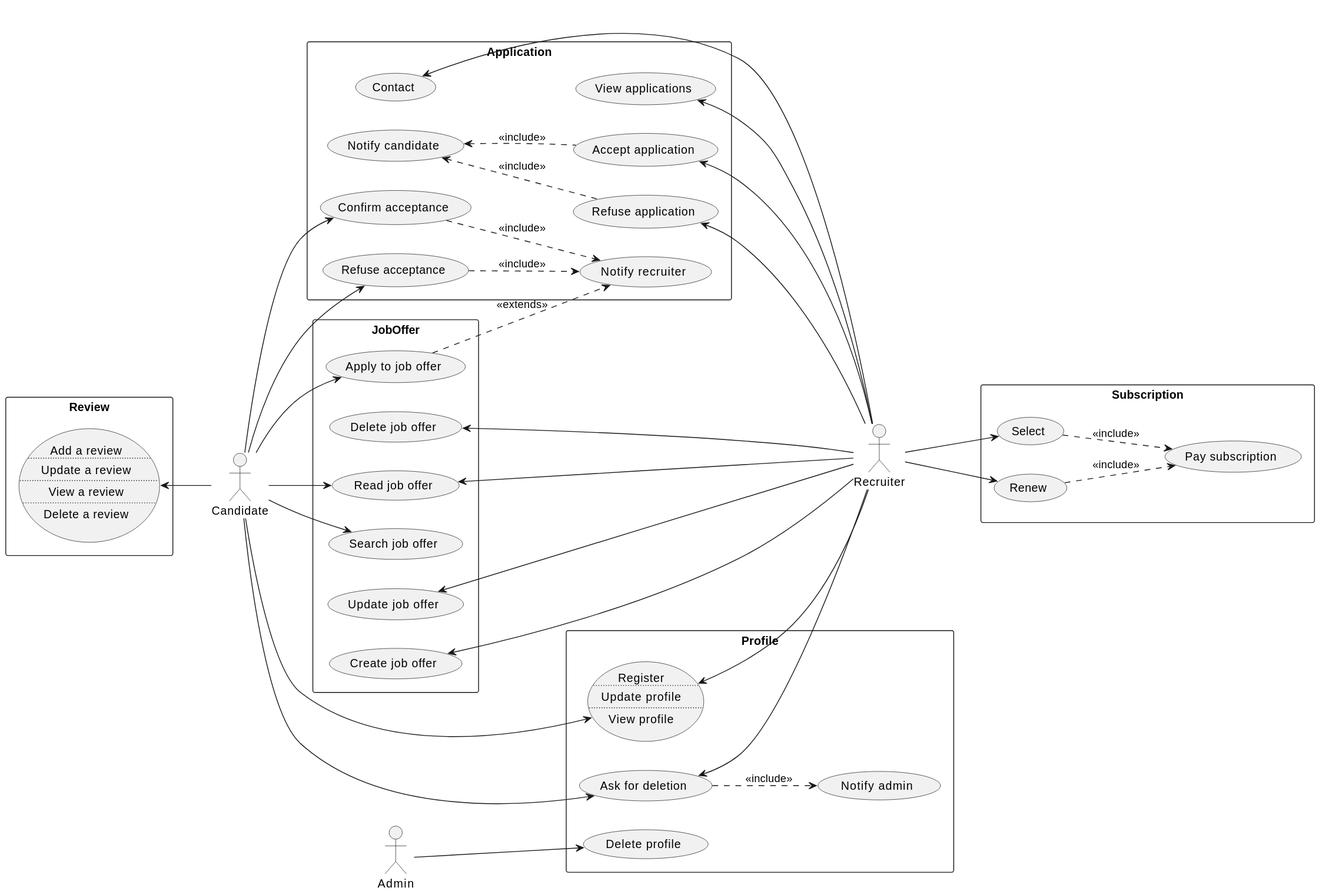
iusildra/tempo-talent keeps this PlantUML diagram as docs/usecases/use-cases.svg. Above is the earlier version.
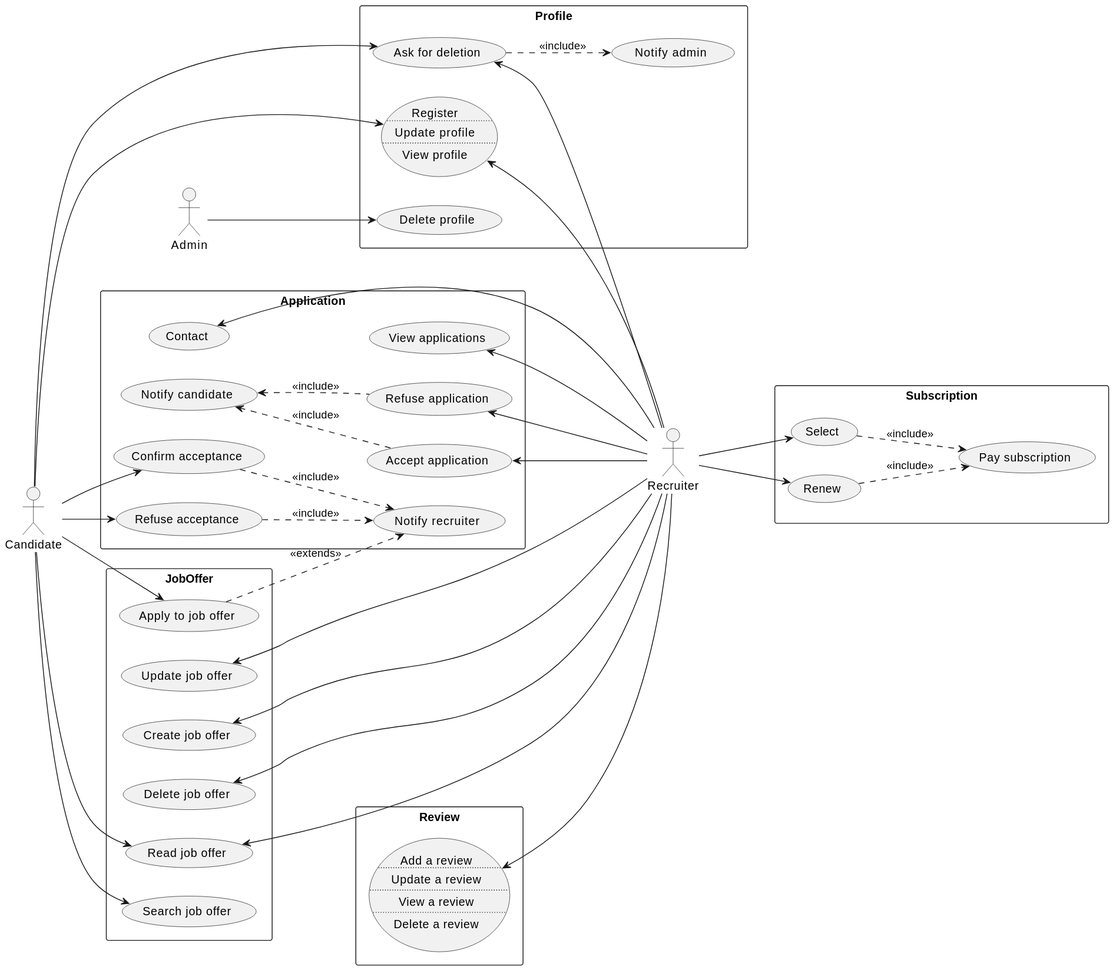
Later version of the same file.

What changed in the source:
```diff
@@ -79,7 +79,7 @@
   "
 }
 
-Candidate -u-> Review_CRUD
+Recruiter -u-> Review_CRUD
 
 rectangle Subscription {
   (Select) as selectSubscription
```
